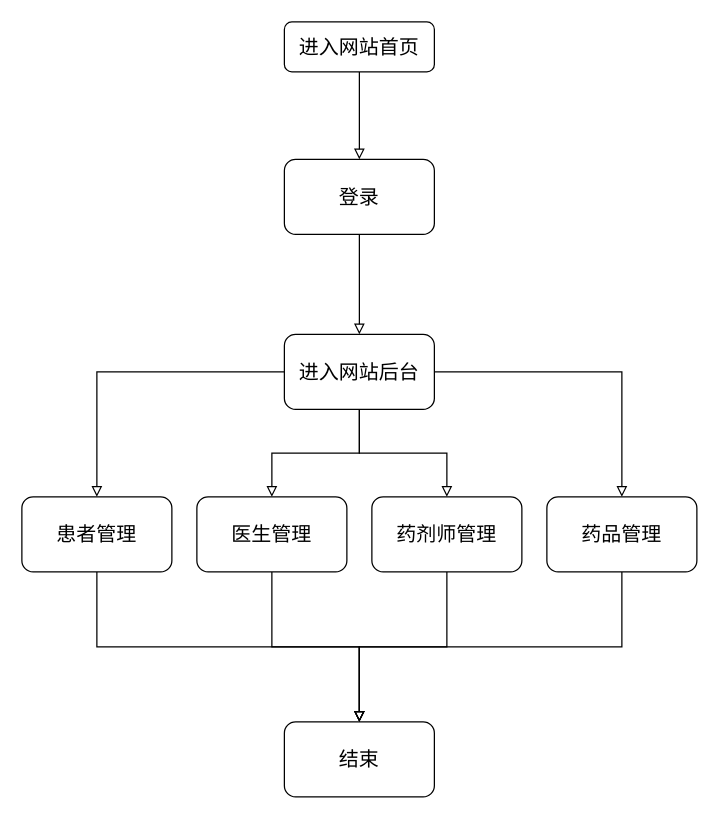
This is page "第 2 页" (2 of 2) of 流程图/前台流程图.drawio from yansiro145/-, a draw.io file, before an edit. Source tidied: cells renumbered, new cells numbered last; positions are measured from the earlier drawing's top-left corner, leaving out a move shared by most shapes. Both pictures are drawn from the tidied source at 125%, with x=0, y=0 at pixel (21, 21).
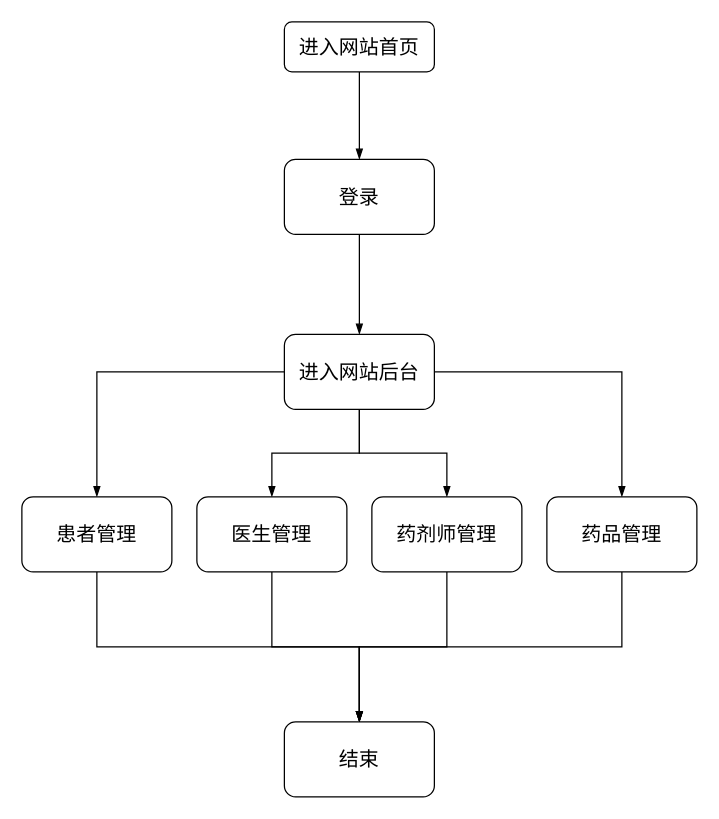
The same diagram, later.

Unchanged cells that the change refers to:
```xml
<mxCell id="3" value="进入网站首页" style="rounded=1;whiteSpace=wrap;html=1;fontSize=16;glass=0;strokeWidth=1;shadow=0;" parent="1" vertex="1">
  <mxGeometry x="210" width="120" height="40" as="geometry" />
</mxCell>
<mxCell id="5" value="登录" style="whiteSpace=wrap;html=1;rounded=1;glass=0;strokeWidth=1;shadow=0;fontSize=16;" parent="1" vertex="1">
  <mxGeometry x="210" y="110" width="120" height="60" as="geometry" />
</mxCell>
<mxCell id="10" value="进入网站后台" style="whiteSpace=wrap;html=1;rounded=1;glass=0;strokeWidth=1;shadow=0;fontSize=16;" parent="1" vertex="1">
  <mxGeometry x="210" y="250" width="120" height="60" as="geometry" />
</mxCell>
<mxCell id="12" value="患者管理" style="whiteSpace=wrap;html=1;rounded=1;glass=0;strokeWidth=1;shadow=0;fontSize=16;" parent="1" vertex="1">
  <mxGeometry y="380" width="120" height="60" as="geometry" />
</mxCell>
<mxCell id="14" value="医生管理" style="whiteSpace=wrap;html=1;rounded=1;glass=0;strokeWidth=1;shadow=0;fontSize=16;" parent="1" vertex="1">
  <mxGeometry x="140" y="380" width="120" height="60" as="geometry" />
</mxCell>
<mxCell id="16" value="药剂师管理" style="whiteSpace=wrap;html=1;rounded=1;glass=0;strokeWidth=1;shadow=0;fontSize=16;" parent="1" vertex="1">
  <mxGeometry x="280" y="380" width="120" height="60" as="geometry" />
</mxCell>
<mxCell id="18" value="药品管理" style="whiteSpace=wrap;html=1;rounded=1;glass=0;strokeWidth=1;shadow=0;fontSize=16;" parent="1" vertex="1">
  <mxGeometry x="420" y="380" width="120" height="60" as="geometry" />
</mxCell>
<mxCell id="19" value="结束" style="whiteSpace=wrap;html=1;rounded=1;glass=0;strokeWidth=1;shadow=0;fontSize=16;" parent="1" vertex="1">
  <mxGeometry x="210" y="560" width="120" height="60" as="geometry" />
</mxCell>
```

Change to the diagram source:
```diff
@@
-    <mxCell id="2" style="edgeStyle=orthogonalEdgeStyle;rounded=0;jettySize=auto;html=1;endArrow=block;endFill=0;fontSize=16;" parent="1" edge="1" source="3" target="5">
+    <mxCell id="2" style="edgeStyle=orthogonalEdgeStyle;rounded=0;jettySize=auto;html=1;endArrow=blockThin;endFill=1;fontSize=17;" parent="1" edge="1" source="3" target="5">
       <mxGeometry relative="1" as="geometry" />
     </mxCell>
@@
-    <mxCell id="4" style="edgeStyle=orthogonalEdgeStyle;rounded=0;jettySize=auto;html=1;endArrow=block;endFill=0;fontSize=16;" parent="1" edge="1" source="5" target="10">
+    <mxCell id="4" style="edgeStyle=orthogonalEdgeStyle;rounded=0;jettySize=auto;html=1;endArrow=blockThin;endFill=1;fontSize=17;" parent="1" edge="1" source="5" target="10">
       <mxGeometry relative="1" as="geometry" />
     </mxCell>
@@
-    <mxCell id="6" style="edgeStyle=orthogonalEdgeStyle;rounded=0;jettySize=auto;html=1;endArrow=block;endFill=0;fontSize=16;" parent="1" edge="1" source="10" target="12">
+    <mxCell id="6" style="edgeStyle=orthogonalEdgeStyle;rounded=0;jettySize=auto;html=1;endArrow=blockThin;endFill=1;fontSize=17;" parent="1" edge="1" source="10" target="12">
       <mxGeometry relative="1" as="geometry" />
     </mxCell>
-    <mxCell id="7" style="edgeStyle=orthogonalEdgeStyle;rounded=0;jettySize=auto;html=1;endArrow=block;endFill=0;fontSize=16;" parent="1" edge="1" source="10" target="14">
+    <mxCell id="7" style="edgeStyle=orthogonalEdgeStyle;rounded=0;jettySize=auto;html=1;endArrow=blockThin;endFill=1;fontSize=17;" parent="1" edge="1" source="10" target="14">
       <mxGeometry relative="1" as="geometry" />
     </mxCell>
-    <mxCell id="8" style="edgeStyle=orthogonalEdgeStyle;rounded=0;jettySize=auto;html=1;endArrow=block;endFill=0;fontSize=16;" parent="1" edge="1" source="10" target="16">
+    <mxCell id="8" style="edgeStyle=orthogonalEdgeStyle;rounded=0;jettySize=auto;html=1;endArrow=blockThin;endFill=1;fontSize=17;" parent="1" edge="1" source="10" target="16">
       <mxGeometry relative="1" as="geometry" />
     </mxCell>
-    <mxCell id="9" style="edgeStyle=orthogonalEdgeStyle;rounded=0;jettySize=auto;html=1;endArrow=block;endFill=0;fontSize=16;" parent="1" edge="1" source="10" target="18">
+    <mxCell id="9" style="edgeStyle=orthogonalEdgeStyle;rounded=0;jettySize=auto;html=1;endArrow=blockThin;endFill=1;fontSize=17;" parent="1" edge="1" source="10" target="18">
       <mxGeometry relative="1" as="geometry" />
     </mxCell>
@@
-    <mxCell id="11" style="edgeStyle=orthogonalEdgeStyle;rounded=0;jettySize=auto;html=1;entryX=0.5;entryY=0;entryDx=0;entryDy=0;endArrow=block;endFill=0;fontSize=16;" parent="1" edge="1" source="12" target="19">
+    <mxCell id="11" style="edgeStyle=orthogonalEdgeStyle;rounded=0;jettySize=auto;html=1;entryX=0.5;entryY=0;entryDx=0;entryDy=0;endArrow=blockThin;endFill=1;fontSize=17;" parent="1" edge="1" source="12" target="19">
       <mxGeometry relative="1" as="geometry">
         <Array as="points">
           <mxPoint x="60" y="500" />
           <mxPoint x="270" y="500" />
         </Array>
       </mxGeometry>
     </mxCell>
@@
-    <mxCell id="13" style="edgeStyle=orthogonalEdgeStyle;rounded=0;jettySize=auto;html=1;endArrow=block;endFill=0;fontSize=16;" parent="1" edge="1" source="14" target="19">
+    <mxCell id="13" style="edgeStyle=orthogonalEdgeStyle;rounded=0;jettySize=auto;html=1;endArrow=blockThin;endFill=1;fontSize=17;" parent="1" edge="1" source="14" target="19">
       <mxGeometry relative="1" as="geometry" />
     </mxCell>
@@
-    <mxCell id="15" style="edgeStyle=orthogonalEdgeStyle;rounded=0;jettySize=auto;html=1;endArrow=block;endFill=0;fontSize=16;" parent="1" edge="1" source="16" target="19">
+    <mxCell id="15" style="edgeStyle=orthogonalEdgeStyle;rounded=0;jettySize=auto;html=1;endArrow=blockThin;endFill=1;fontSize=17;" parent="1" edge="1" source="16" target="19">
       <mxGeometry relative="1" as="geometry" />
     </mxCell>
@@
-    <mxCell id="17" style="edgeStyle=orthogonalEdgeStyle;rounded=0;jettySize=auto;html=1;endArrow=block;endFill=0;fontSize=16;" parent="1" edge="1" source="18" target="19">
+    <mxCell id="17" style="edgeStyle=orthogonalEdgeStyle;rounded=0;jettySize=auto;html=1;endArrow=blockThin;endFill=1;fontSize=17;" parent="1" edge="1" source="18" target="19">
       <mxGeometry relative="1" as="geometry">
         <Array as="points">
           <mxPoint x="480" y="500" />
           <mxPoint x="270" y="500" />
         </Array>
       </mxGeometry>
     </mxCell>
```
